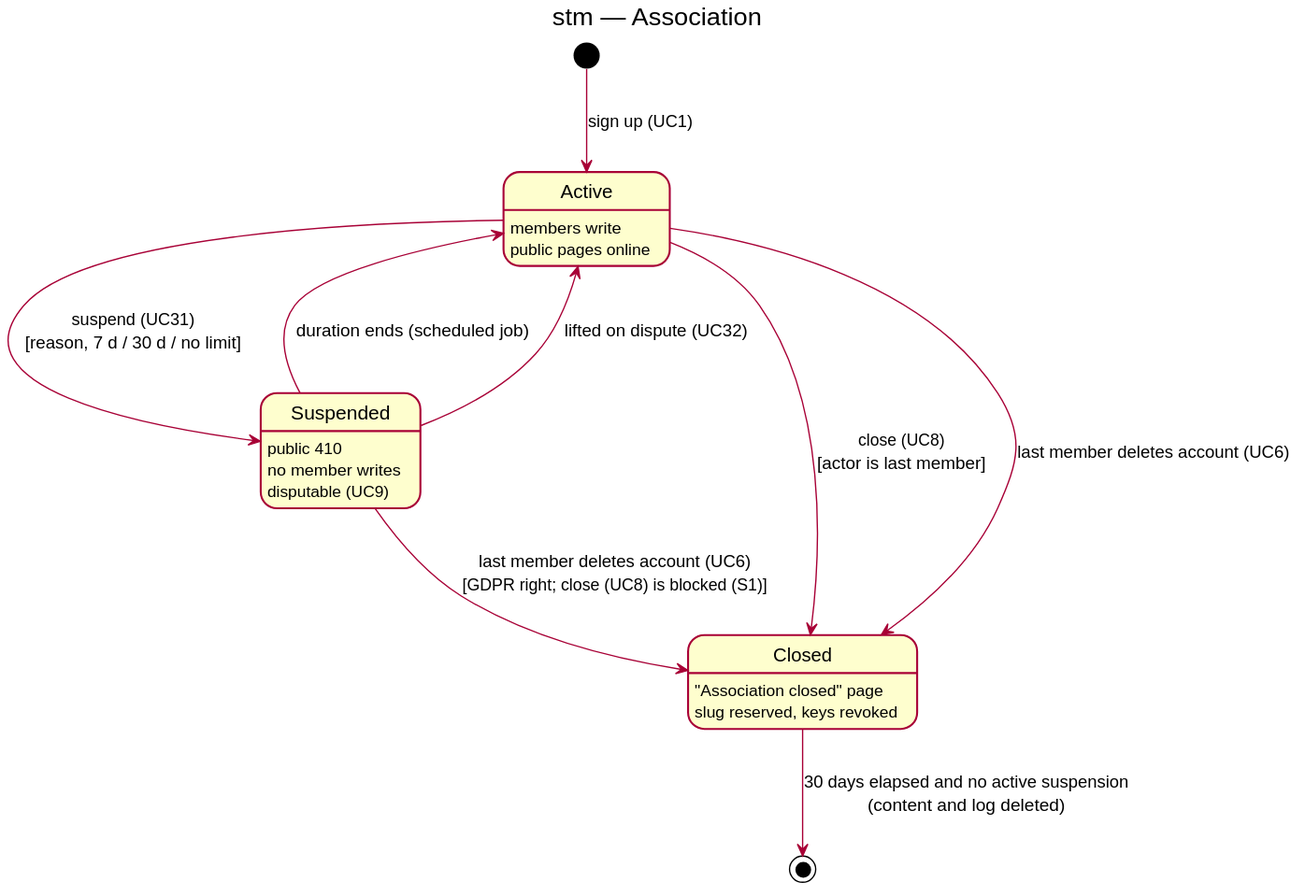
The PlantUML diagram docs/architecture/diagrams/v1-events/05b-state-association.svg in benoit-bremaud/HappiHub, before a commit.
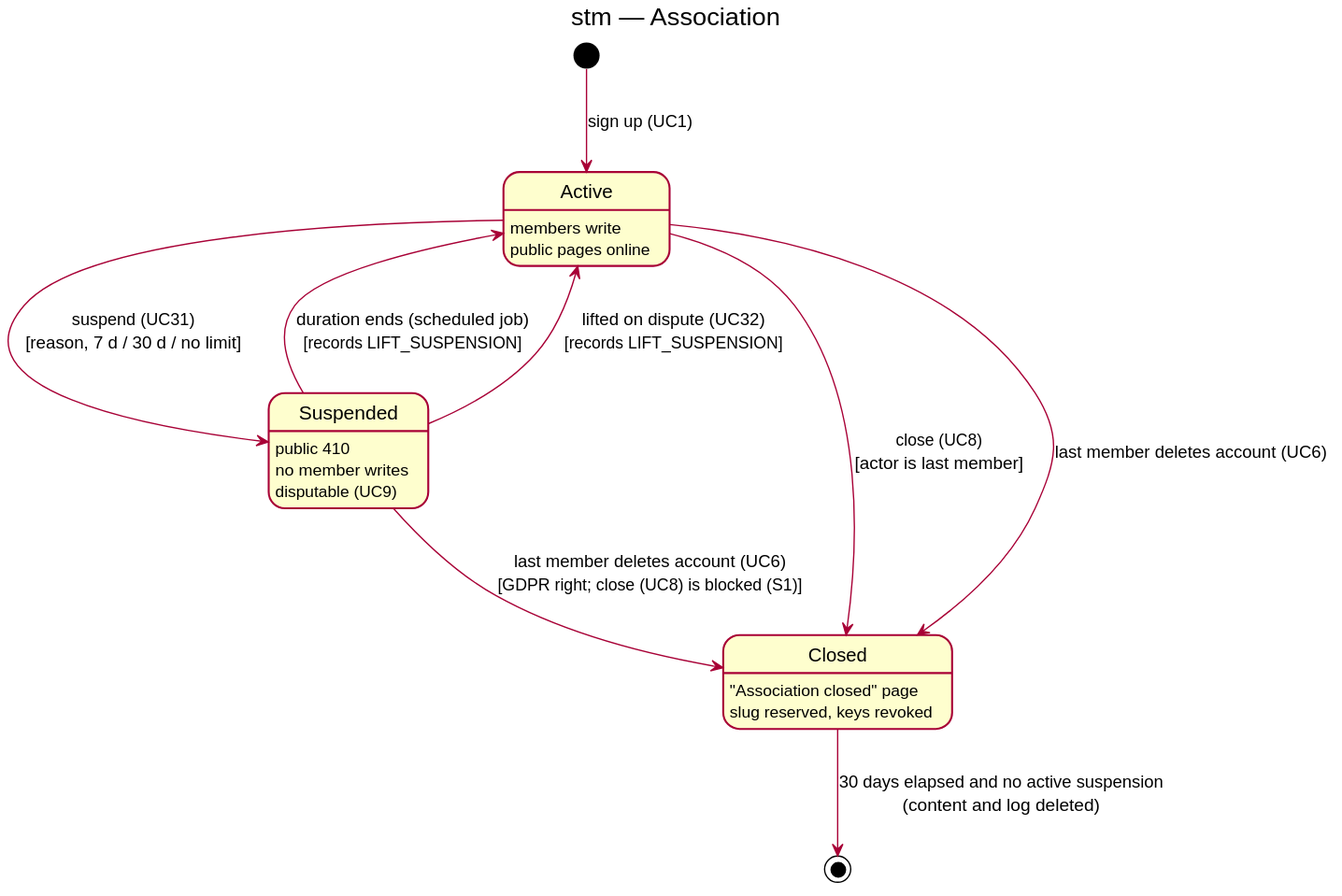
After the change.

Commit message:
docs(uml): align super admin handover and suspension lift records

The edit, as a diff of the source:
```diff
@@ -10,8 +10,8 @@
 state Closed : "Association closed" page\nslug reserved, keys revoked
 
 Active --> Suspended : suspend (UC31)\n[reason, 7 d / 30 d / no limit]
-Suspended --> Active : duration ends (scheduled job)
-Suspended --> Active : lifted on dispute (UC32)
+Suspended --> Active : duration ends (scheduled job)\n[records LIFT_SUSPENSION]
+Suspended --> Active : lifted on dispute (UC32)\n[records LIFT_SUSPENSION]
 Active --> Closed : close (UC8)\n[actor is last member]
 Active --> Closed : last member deletes account (UC6)
 Suspended --> Closed : last member deletes account (UC6)\n[GDPR right; close (UC8) is blocked (S1)]
```
